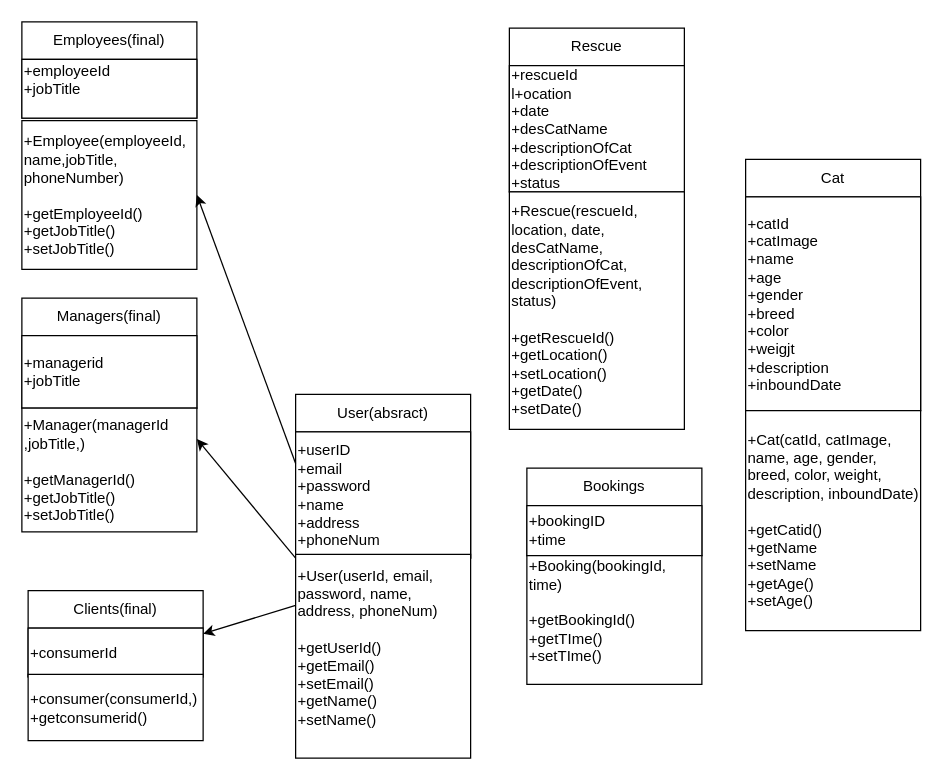
The draw.io diagram week6/Lab6V4.drawio in IlliaStefanovskyi/WebDevFinalProject, before the edit. Source tidied: cells renumbered, new cells numbered last; positions are measured from the earlier drawing's top-left corner, leaving out a move shared by most shapes. Both pictures are drawn from the tidied source at 125%, with x=0, y=0 at pixel (21, 21).
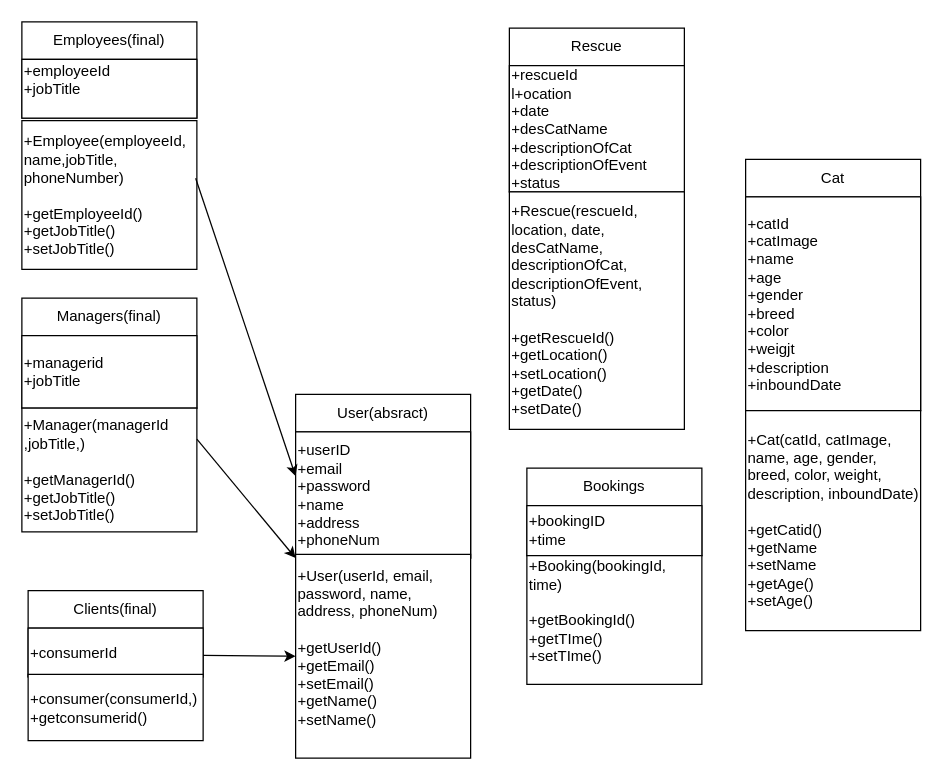
The same page after the edit.

The change refers to these unchanged cells:
```xml
<mxCell id="2" value="User(absract)" style="swimlane;fontStyle=0;horizontal=1;startSize=30;whiteSpace=wrap;html=1;" parent="1" vertex="1">
  <mxGeometry x="219" y="298" width="140" height="131" as="geometry" />
</mxCell>
<mxCell id="3" value="+userID&lt;div&gt;+email&lt;/div&gt;&lt;div&gt;+password&lt;/div&gt;&lt;div&gt;+name&lt;/div&gt;&lt;div&gt;+address&lt;/div&gt;&lt;div&gt;+phoneNum&lt;/div&gt;" style="rounded=0;whiteSpace=wrap;html=1;align=left;" parent="2" vertex="1">
  <mxGeometry y="30" width="140" height="101" as="geometry" />
</mxCell>
<mxCell id="5" value="&lt;div style=&quot;&quot;&gt;&lt;span style=&quot;background-color: transparent;&quot;&gt;+User(userId, email, password, name, address, phoneNum)&lt;/span&gt;&lt;/div&gt;&lt;div style=&quot;&quot;&gt;&lt;span style=&quot;background-color: transparent;&quot;&gt;&lt;br&gt;&lt;/span&gt;&lt;/div&gt;&lt;div style=&quot;&quot;&gt;&lt;span style=&quot;background-color: transparent; color: light-dark(rgb(0, 0, 0), rgb(255, 255, 255));&quot;&gt;+getUserId()&lt;/span&gt;&lt;/div&gt;&lt;div style=&quot;&quot;&gt;+getEmail()&lt;/div&gt;&lt;div style=&quot;&quot;&gt;+setEmail()&lt;/div&gt;&lt;div style=&quot;&quot;&gt;+getName()&lt;/div&gt;&lt;div style=&quot;&quot;&gt;+setName()&lt;/div&gt;&lt;div&gt;&lt;br&gt;&lt;/div&gt;" style="rounded=0;whiteSpace=wrap;html=1;align=left;" parent="1" vertex="1">
  <mxGeometry x="219" y="426" width="140" height="163" as="geometry" />
</mxCell>
<mxCell id="17" value="&lt;div style=&quot;&quot;&gt;&lt;div&gt;+Manager(managerId&lt;/div&gt;&lt;div&gt;,jobTitle,&lt;span style=&quot;background-color: transparent; color: light-dark(rgb(0, 0, 0), rgb(255, 255, 255));&quot;&gt;)&lt;/span&gt;&lt;/div&gt;&lt;div&gt;&lt;br&gt;&lt;/div&gt;&lt;/div&gt;&lt;div style=&quot;&quot;&gt;+getManagerId()&lt;/div&gt;&lt;div style=&quot;&quot;&gt;+getJobTitle()&lt;/div&gt;&lt;div style=&quot;&quot;&gt;+setJobTitle()&lt;/div&gt;" style="rounded=0;whiteSpace=wrap;html=1;align=left;" parent="1" vertex="1">
  <mxGeometry y="309" width="140" height="99" as="geometry" />
</mxCell>
<mxCell id="22" value="Clients(final)" style="swimlane;fontStyle=0;horizontal=1;startSize=30;whiteSpace=wrap;html=1;" parent="1" vertex="1">
  <mxGeometry x="5" y="455" width="140" height="69" as="geometry" />
</mxCell>
<mxCell id="29" value="&lt;div style=&quot;&quot;&gt;&lt;div&gt;+Employee(employeeId, name,jobTitle,&lt;/div&gt;&lt;div&gt;phoneNumber)&lt;/div&gt;&lt;div&gt;&lt;br&gt;&lt;/div&gt;&lt;/div&gt;&lt;div style=&quot;&quot;&gt;+getEmployeeId()&lt;/div&gt;&lt;div style=&quot;&quot;&gt;+getJobTitle()&lt;/div&gt;&lt;div style=&quot;&quot;&gt;+setJobTitle()&lt;/div&gt;" style="rounded=0;whiteSpace=wrap;html=1;align=left;" parent="1" vertex="1">
  <mxGeometry y="79" width="140" height="119" as="geometry" />
</mxCell>
```

Diff of the diagram source:
```diff
@@
-    <mxCell id="31" style="endArrow=classic;html=1;rounded=0;entryX=1;entryY=0.25;entryDx=0;entryDy=0;exitX=0;exitY=1;exitDx=0;exitDy=0;" parent="1" edge="1" source="3" target="17">
+    <mxCell id="31" style="endArrow=classic;html=1;rounded=0;exitX=1;exitY=0.25;exitDx=0;exitDy=0;entryX=0;entryY=1;entryDx=0;entryDy=0;" parent="1" edge="1" source="17" target="2">
       <mxGeometry relative="1" as="geometry" />
     </mxCell>
-    <mxCell id="32" style="endArrow=classic;html=1;rounded=0;exitX=0;exitY=0.25;exitDx=0;exitDy=0;entryX=1;entryY=0.5;entryDx=0;entryDy=0;" parent="1" edge="1" source="5" target="22">
+    <mxCell id="32" style="endArrow=classic;html=1;rounded=0;exitX=1;exitY=0.75;exitDx=0;exitDy=0;entryX=0;entryY=0.5;entryDx=0;entryDy=0;" parent="1" edge="1" source="22" target="5">
       <mxGeometry relative="1" as="geometry" />
     </mxCell>
-    <mxCell id="33" style="endArrow=classic;html=1;rounded=0;entryX=1;entryY=0.5;entryDx=0;entryDy=0;exitX=0;exitY=0.25;exitDx=0;exitDy=0;" parent="1" edge="1" source="3" target="29">
+    <mxCell id="33" style="endArrow=classic;html=1;rounded=0;exitX=0.993;exitY=0.387;exitDx=0;exitDy=0;exitPerimeter=0;entryX=0;entryY=0.5;entryDx=0;entryDy=0;" parent="1" edge="1" source="29" target="2">
       <mxGeometry relative="1" as="geometry" />
     </mxCell>
```
